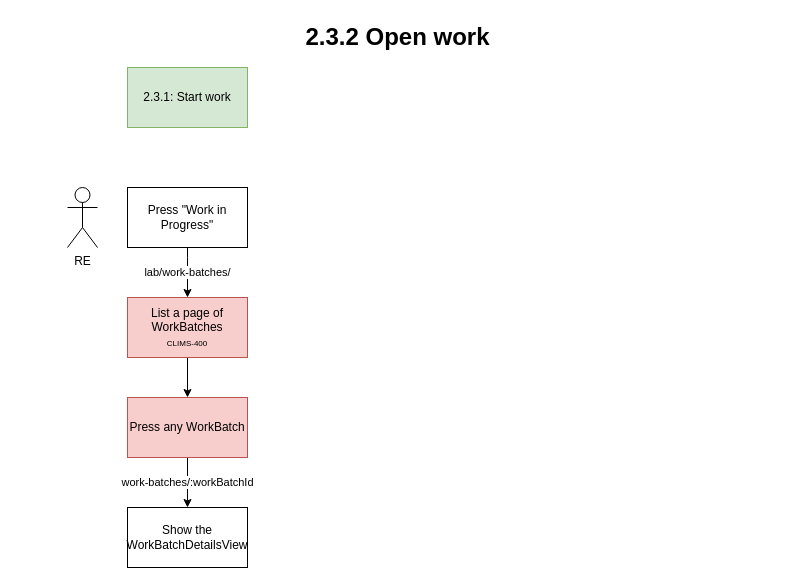
commonlims/commonlims-design keeps this draw.io diagram as diagrams/2.3.2-open-work.drawio. Above is the earlier version. Source tidied: cells renumbered, new cells numbered last; positions are measured from the earlier drawing's top-left corner, leaving out a move shared by most shapes. Both pictures are drawn from the tidied source at 100%, with x=0, y=0 at pixel (17, 17).
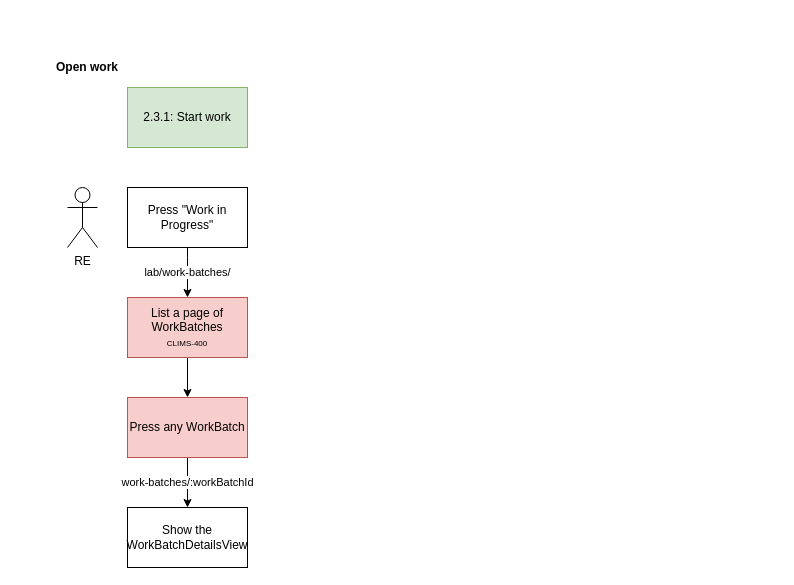
The same page after the edit.

What changed in the source:
```diff
@@
 <mxGraphModel>
   <root>
     <mxCell id="0" />
     <mxCell id="1" parent="0" />
     <mxCell id="2" value="2.3.1: Start work" style="rounded=0;whiteSpace=wrap;html=1;fillColor=#d5e8d4;strokeColor=#82b366;" parent="1" vertex="1">
-      <mxGeometry x="110" y="50" width="120" height="60" as="geometry" />
+      <mxGeometry x="110" y="70" width="120" height="60" as="geometry" />
     </mxCell>
     <mxCell id="3" value="lab/work-batches/" style="edgeStyle=orthogonalEdgeStyle;rounded=0;jettySize=auto;html=1;startArrow=none;startFill=0;endArrow=classic;endFill=1;" parent="1" edge="1" source="4" target="7">
       <mxGeometry relative="1" as="geometry">
         <Array as="points">
           <mxPoint x="170" y="240" />
           <mxPoint x="170" y="240" />
         </Array>
       </mxGeometry>
     </mxCell>
     <mxCell id="4" value="Press &quot;Work in Progress&quot;" style="rounded=0;whiteSpace=wrap;html=1;" parent="1" vertex="1">
       <mxGeometry x="110" y="170" width="120" height="60" as="geometry" />
     </mxCell>
     <mxCell id="5" value="RE" style="shape=umlActor;verticalLabelPosition=bottom;verticalAlign=top;html=1;" parent="1" vertex="1">
       <mxGeometry x="50" y="170" width="30" height="60" as="geometry" />
     </mxCell>
     <mxCell id="6" style="edgeStyle=orthogonalEdgeStyle;rounded=0;jettySize=auto;html=1;startArrow=none;startFill=0;endArrow=classic;endFill=1;" parent="1" edge="1" source="7" target="9">
       <mxGeometry relative="1" as="geometry" />
     </mxCell>
     <mxCell id="7" value="List a page of WorkBatches&lt;br&gt;&lt;font style=&quot;font-size: 8px&quot;&gt;CLIMS-400&lt;/font&gt;" style="whiteSpace=wrap;html=1;rounded=0;fillColor=#f8cecc;strokeColor=#b85450;" parent="1" vertex="1">
       <mxGeometry x="110" y="280" width="120" height="60" as="geometry" />
     </mxCell>
     <mxCell id="8" value="work-batches/:workBatchId" style="edgeStyle=orthogonalEdgeStyle;rounded=0;jettySize=auto;html=1;startArrow=none;startFill=0;endArrow=classic;endFill=1;" parent="1" edge="1" source="9" target="11">
       <mxGeometry relative="1" as="geometry" />
     </mxCell>
     <mxCell id="9" value="Press any WorkBatch" style="whiteSpace=wrap;html=1;rounded=0;fillColor=#f8cecc;strokeColor=#b85450;" parent="1" vertex="1">
       <mxGeometry x="110" y="380" width="120" height="60" as="geometry" />
     </mxCell>
-    <mxCell id="10" value="2.3.2 Open work" style="text;strokeColor=none;fillColor=none;html=1;fontSize=24;fontStyle=1;verticalAlign=middle;align=center;" parent="1" vertex="1">
-      <mxGeometry width="760" height="40" as="geometry" />
-    </mxCell>
     <mxCell id="11" value="Show the WorkBatchDetailsView" style="whiteSpace=wrap;html=1;rounded=0;" parent="1" vertex="1">
       <mxGeometry x="110" y="490" width="120" height="60" as="geometry" />
     </mxCell>
+    <mxCell id="12" value="Open work" style="text;html=1;strokeColor=none;fillColor=none;align=center;verticalAlign=middle;whiteSpace=wrap;rounded=0;fontStyle=1;" parent="1" vertex="1">
+      <mxGeometry x="20" y="40" width="100" height="20" as="geometry" />
+    </mxCell>
   </root>
 </mxGraphModel>
```
